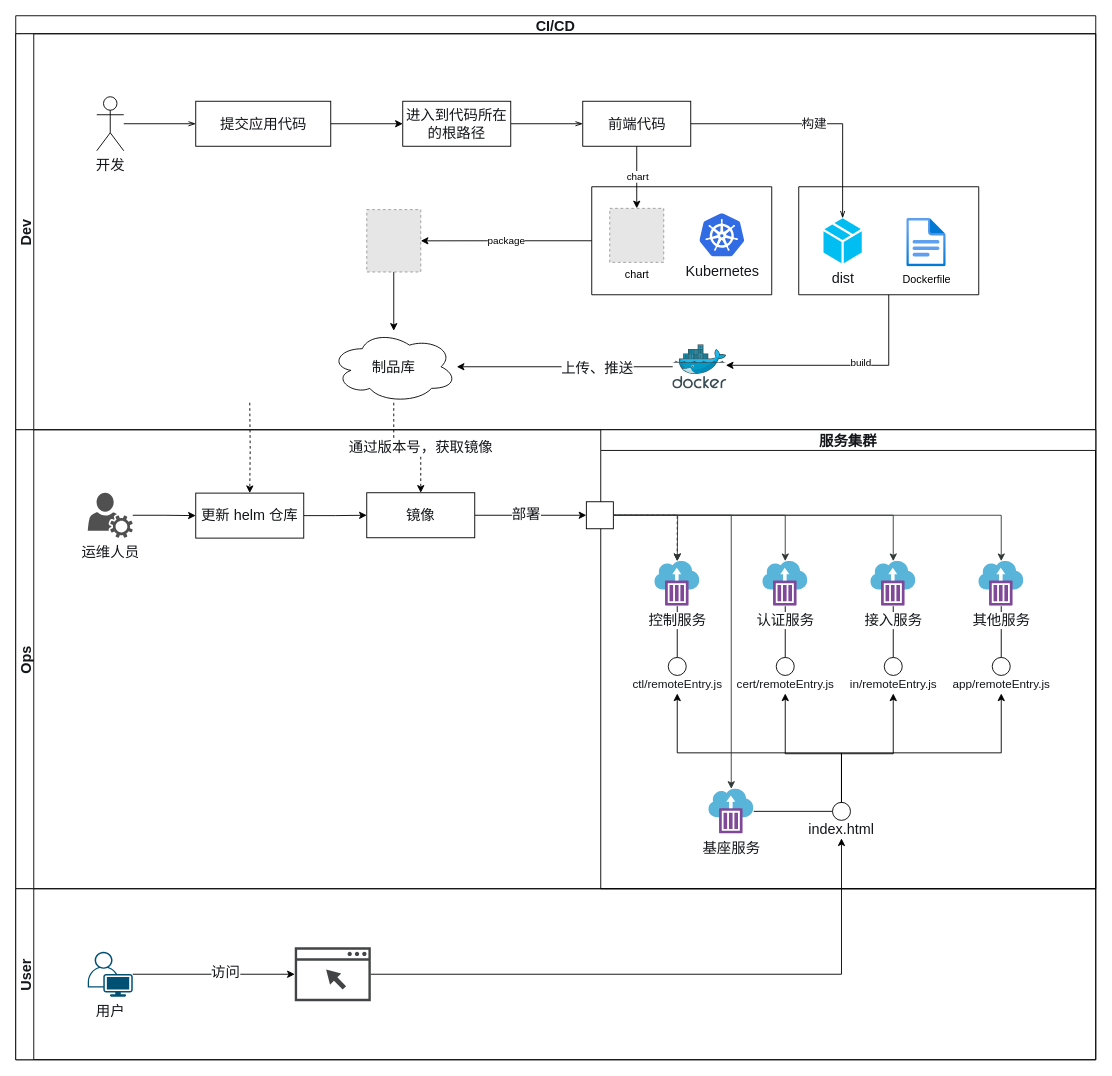
This is page "部署图" (10 of 12) of 微前端/微服务设计图.drawio from zhuoooo/doodles, a draw.io file, before an edit. Source tidied: cells renumbered, new cells numbered last; positions are measured from the earlier drawing's top-left corner, leaving out a move shared by most shapes. Both pictures are drawn from the tidied source at 90%, with x=0, y=0 at pixel (15, 15). Pictures stored in the file or linked from it are replaced by grey dashed boxes.
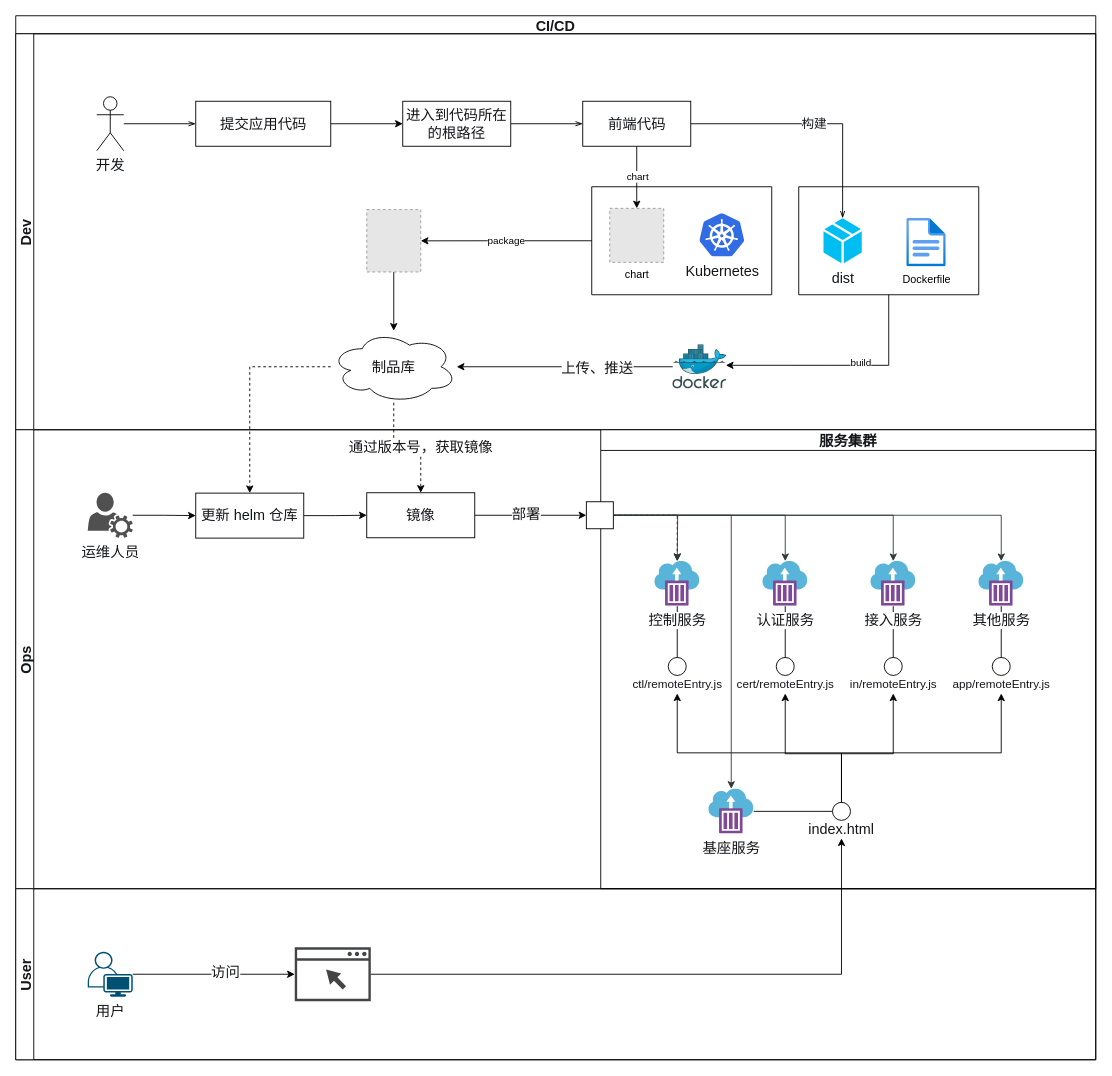
Above is the later version.

The change refers to these unchanged cells:
```xml
<mxCell id="2" value="CI/CD" style="swimlane;horizontal=1;startSize=20;fontSize=16;fontColor=#14161a;" parent="1" vertex="1">
  <mxGeometry width="1200" height="1160" as="geometry" />
</mxCell>
<mxCell id="20" value="制品库" style="ellipse;shape=cloud;whiteSpace=wrap;html=1;fontFamily=Helvetica;fontSize=16;fontColor=#14161a;align=center;strokeColor=#000000;fillColor=#ffffff;" parent="6" vertex="1">
  <mxGeometry x="350" y="330" width="140" height="80" as="geometry" />
</mxCell>
<mxCell id="76" value="更新 helm 仓库" style="rounded=0;whiteSpace=wrap;html=1;fontSize=16;fontColor=#14161a;" parent="32" vertex="1">
  <mxGeometry x="200" y="70.4" width="120" height="50" as="geometry" />
</mxCell>
```

What changed in the source:
```diff
@@
-    <mxCell id="5" style="edgeStyle=orthogonalEdgeStyle;rounded=0;sketch=0;jettySize=auto;html=1;strokeWidth=1;startSize=6;endSize=6;sourcePerimeterSpacing=0;targetPerimeterSpacing=0;dashed=1;" parent="2" edge="1" target="76">
-      <mxGeometry relative="1" as="geometry">
-        <mxPoint x="260" y="430" as="sourcePoint" />
-      </mxGeometry>
+    <mxCell id="5" style="edgeStyle=orthogonalEdgeStyle;rounded=0;sketch=0;jettySize=auto;html=1;strokeWidth=1;startSize=6;endSize=6;sourcePerimeterSpacing=0;targetPerimeterSpacing=0;dashed=1;" parent="2" edge="1" source="20" target="76">
+      <mxGeometry relative="1" as="geometry" />
     </mxCell>
```
